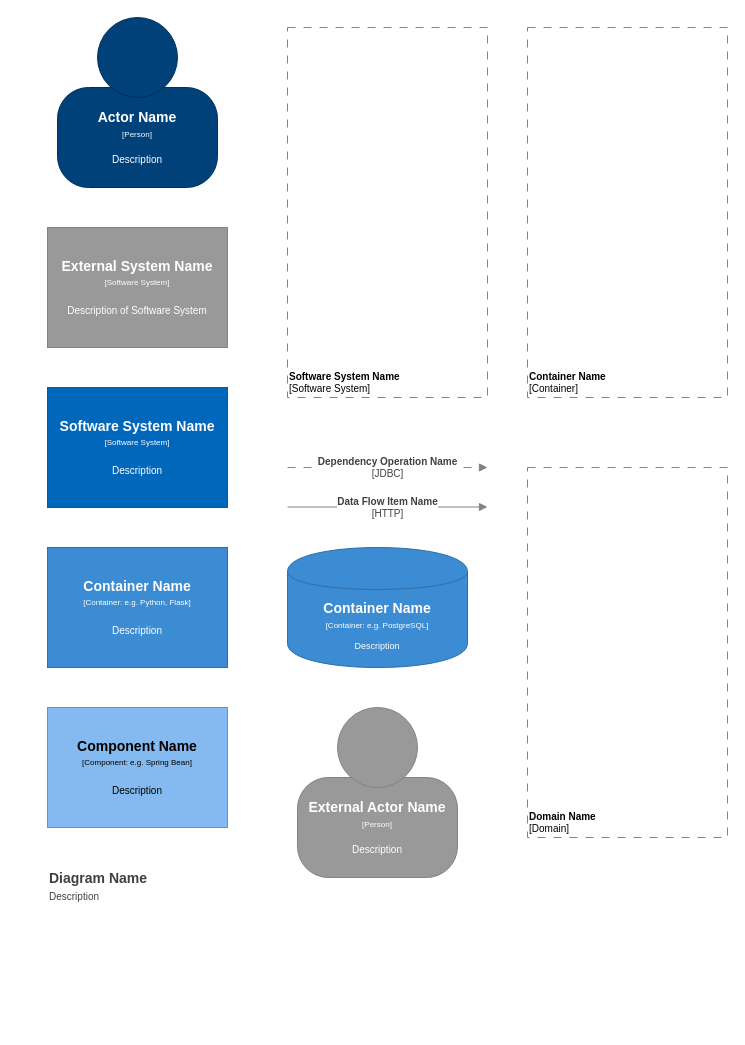
This is page "Notations" (1 of 4) of Untitled Diagram.drawio from karinakozarova/Sticks-n-pucks-C4, a draw.io file, before an edit. Source tidied: cells renumbered, new cells numbered last; positions are measured from the earlier drawing's top-left corner, leaving out a move shared by most shapes. Both pictures are drawn from the tidied source at 100%, with x=0, y=0 at pixel (47, 17).
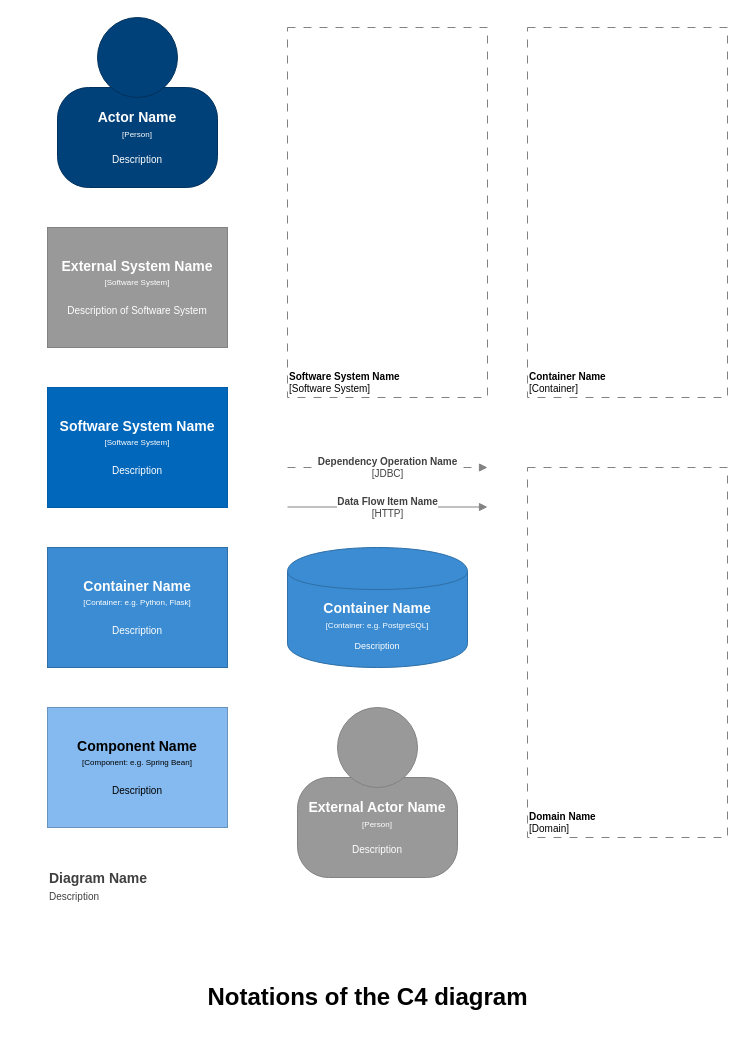
The same diagram, later.

Change to the diagram source:
```diff
@@
+    <mxCell id="19" value="Notations of the C4 diagram" style="text;strokeColor=none;fillColor=none;html=1;fontSize=24;fontStyle=1;verticalAlign=middle;align=center;" parent="1" vertex="1">
+      <mxGeometry x="-30" y="950" width="700" height="60" as="geometry" />
+    </mxCell>
```
